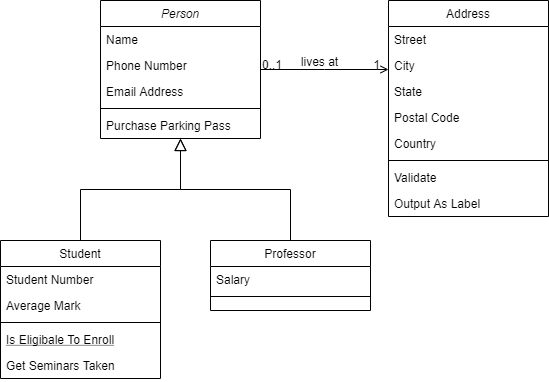
Earlier version of the draw.io export UML/Engine.png (Steve888888/FN-Redundancy). Source tidied: cells renumbered, new cells last; positions are measured from the earlier drawing's top-left corner, leaving out a move shared by most shapes.
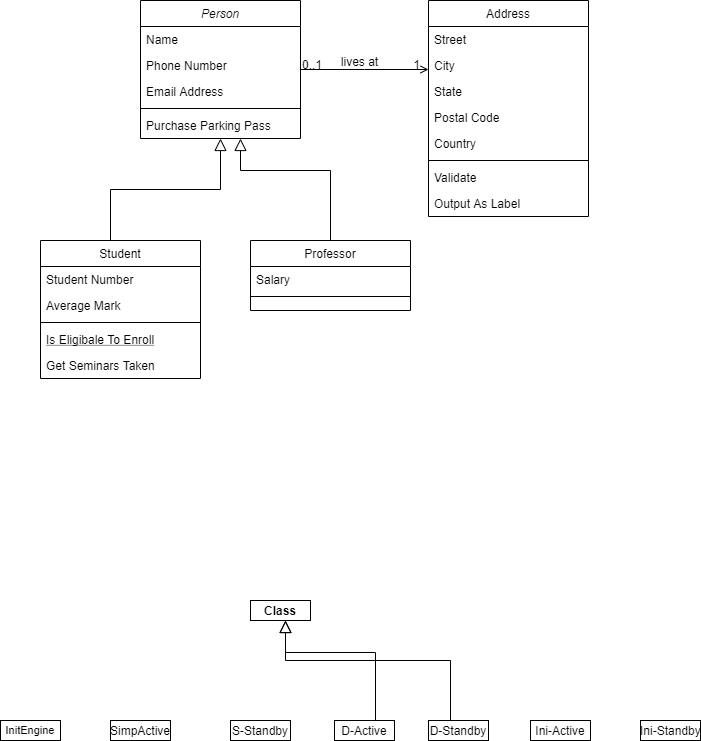
After the commit.

Change to the diagram source:
```diff
@@ -39,7 +39,11 @@
       <mxGeometry y="112" width="160" height="26" as="geometry" />
     </mxCell>
     <mxCell id="14" style="endArrow=block;endSize=10;endFill=0;shadow=0;strokeWidth=1;rounded=0;edgeStyle=elbowEdgeStyle;elbow=vertical;" parent="1" edge="1" source="8" target="2">
-      <mxGeometry relative="1" as="geometry" />
+      <mxGeometry relative="1" as="geometry">
+        <Array as="points">
+          <mxPoint x="70" y="189" />
+        </Array>
+      </mxGeometry>
     </mxCell>
     <mxCell id="15" value="Professor" style="swimlane;fontStyle=0;align=center;verticalAlign=top;horizontal=1;startSize=26;rounded=0;shadow=0;strokeWidth=1;" parent="1" vertex="1">
       <mxGeometry x="210" y="240" width="160" height="70" as="geometry" />
@@ -51,7 +55,11 @@
       <mxGeometry y="52" width="160" height="8" as="geometry" />
     </mxCell>
     <mxCell id="18" style="endArrow=block;endSize=10;endFill=0;shadow=0;strokeWidth=1;rounded=0;edgeStyle=elbowEdgeStyle;elbow=vertical;" parent="1" edge="1" source="15" target="2">
-      <mxGeometry relative="1" as="geometry" />
+      <mxGeometry relative="1" as="geometry">
+        <Array as="points">
+          <mxPoint x="200" y="170" />
+        </Array>
+      </mxGeometry>
     </mxCell>
     <mxCell id="19" value="Address" style="swimlane;fontStyle=0;align=center;verticalAlign=top;horizontal=1;startSize=26;rounded=0;shadow=0;strokeWidth=1;" parent="1" vertex="1">
       <mxGeometry x="388" width="160" height="216" as="geometry" />
@@ -100,5 +108,47 @@
         <mxPoint x="-38" y="40" as="offset" />
       </mxGeometry>
     </mxCell>
+    <mxCell id="32" value="&lt;p style=&quot;margin:0px;margin-top:4px;text-align:center;&quot;&gt;&lt;b&gt;Class&lt;/b&gt;&lt;/p&gt;&lt;hr size=&quot;1&quot;/&gt;&lt;div style=&quot;height:2px;&quot;&gt;&lt;/div&gt;" style="verticalAlign=top;align=left;overflow=fill;fontSize=12;fontFamily=Helvetica;html=1;" parent="1" vertex="1">
+      <mxGeometry x="210" y="600" width="60" height="20" as="geometry" />
+    </mxCell>
+    <mxCell id="33" style="endArrow=block;endSize=10;endFill=0;shadow=0;strokeWidth=1;rounded=0;edgeStyle=elbowEdgeStyle;elbow=vertical;" parent="1" edge="1">
+      <mxGeometry relative="1" as="geometry">
+        <mxPoint x="335" y="722" as="sourcePoint" />
+        <mxPoint x="245" y="620" as="targetPoint" />
+        <Array as="points">
+          <mxPoint x="245" y="652" />
+        </Array>
+      </mxGeometry>
+    </mxCell>
+    <mxCell id="34" value="&lt;p style=&quot;margin: 4px 0px 0px ; text-align: center ; font-size: 11px&quot;&gt;&lt;font style=&quot;font-size: 11px&quot;&gt;InitEngine&lt;br&gt;&lt;/font&gt;&lt;/p&gt;&lt;hr size=&quot;1&quot; style=&quot;font-size: 11px&quot;&gt;&lt;div style=&quot;height: 2px ; font-size: 11px&quot;&gt;&lt;/div&gt;" style="verticalAlign=top;align=left;overflow=fill;fontSize=12;fontFamily=Helvetica;html=1;" parent="1" vertex="1">
+      <mxGeometry x="-40" y="720" width="60" height="20" as="geometry" />
+    </mxCell>
+    <mxCell id="35" value="&lt;p style=&quot;margin: 4px 0px 0px ; text-align: center&quot;&gt;SimpActive&lt;br&gt;&lt;/p&gt;" style="verticalAlign=top;align=left;overflow=fill;fontSize=12;fontFamily=Helvetica;html=1;" parent="1" vertex="1">
+      <mxGeometry x="70" y="720" width="60" height="20" as="geometry" />
+    </mxCell>
+    <mxCell id="36" value="&lt;p style=&quot;margin: 0px ; margin-top: 4px ; text-align: center&quot;&gt;D-Active&lt;/p&gt;&lt;hr size=&quot;1&quot;&gt;&lt;div style=&quot;height: 2px&quot;&gt;&lt;/div&gt;" style="verticalAlign=top;align=left;overflow=fill;fontSize=12;fontFamily=Helvetica;html=1;" parent="1" vertex="1">
+      <mxGeometry x="294" y="720" width="60" height="20" as="geometry" />
+    </mxCell>
+    <mxCell id="37" value="&lt;p style=&quot;margin: 0px ; margin-top: 4px ; text-align: center&quot;&gt;D-Standby&lt;br&gt;&lt;/p&gt;&lt;hr size=&quot;1&quot;&gt;&lt;div style=&quot;height: 2px&quot;&gt;&lt;/div&gt;" style="verticalAlign=top;align=left;overflow=fill;fontSize=12;fontFamily=Helvetica;html=1;" parent="1" vertex="1">
+      <mxGeometry x="388" y="720" width="60" height="20" as="geometry" />
+    </mxCell>
+    <mxCell id="38" value="&lt;p style=&quot;margin: 0px ; margin-top: 4px ; text-align: center&quot;&gt;Ini-Active&lt;/p&gt;" style="verticalAlign=top;align=left;overflow=fill;fontSize=12;fontFamily=Helvetica;html=1;" parent="1" vertex="1">
+      <mxGeometry x="490" y="720" width="60" height="20" as="geometry" />
+    </mxCell>
+    <mxCell id="39" value="&lt;p style=&quot;margin: 0px ; margin-top: 4px ; text-align: center&quot;&gt;S-Standby&lt;/p&gt;" style="verticalAlign=top;align=left;overflow=fill;fontSize=12;fontFamily=Helvetica;html=1;" parent="1" vertex="1">
+      <mxGeometry x="190" y="720" width="60" height="20" as="geometry" />
+    </mxCell>
+    <mxCell id="40" value="&lt;p style=&quot;margin: 0px ; margin-top: 4px ; text-align: center&quot;&gt;&lt;/p&gt;&lt;div style=&quot;height: 2px&quot;&gt;Ini-Standby&lt;/div&gt;" style="verticalAlign=top;align=left;overflow=fill;fontSize=12;fontFamily=Helvetica;html=1;" parent="1" vertex="1">
+      <mxGeometry x="600" y="720" width="60" height="20" as="geometry" />
+    </mxCell>
+    <mxCell id="41" style="endArrow=block;endSize=10;endFill=0;shadow=0;strokeWidth=1;rounded=0;edgeStyle=elbowEdgeStyle;elbow=vertical;" parent="1" edge="1">
+      <mxGeometry relative="1" as="geometry">
+        <mxPoint x="410" y="720" as="sourcePoint" />
+        <mxPoint x="245" y="620" as="targetPoint" />
+        <Array as="points">
+          <mxPoint x="330" y="660" />
+        </Array>
+      </mxGeometry>
+    </mxCell>
   </root>
 </mxGraphModel>
```
